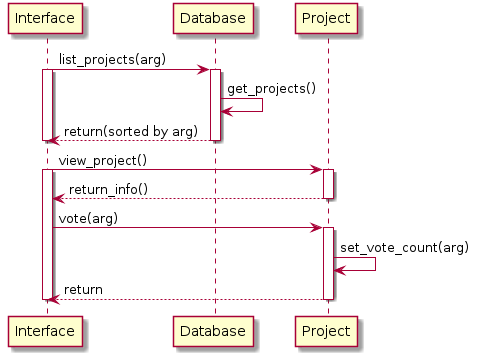
Above: Deliverables/Master Requirements Specification/diagrams/sequence-projectideas.png in uidaho/cs383 (PlantUML), before the change. Its diagram source:
```plantuml
@startuml

Interface -> Database: list_projects(arg)
Activate Interface
Activate Database
Database -> Database: get_projects()
Database --> Interface:return(sorted by arg)
Deactivate Database
Deactivate Interface
Interface -> Project: view_project()
Activate Project
Activate Interface
Project --> Interface: return_info()
Deactivate Project
Interface -> Project: vote(arg)
Activate Project
Project -> Project: set_vote_count(arg)
Project --> Interface: return
Deactivate Project
Deactivate Interface


@enduml
```
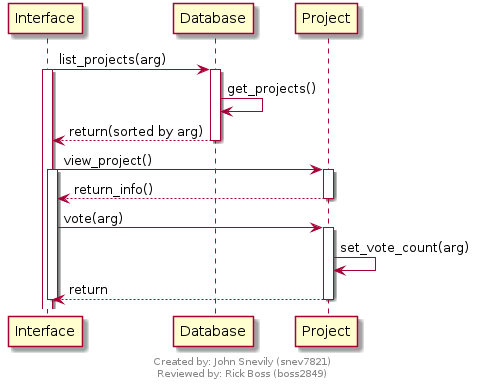
Later version of the same file.

The edit, as a diff of the source:
```diff
@@ -1,4 +1,9 @@
 @startuml
+
+footer
+Created by: John Snevily (snev7821)
+Reviewed by: Rick Boss (boss2849)
+endfooter
 
 Interface -> Database: list_projects(arg)
 Activate Interface
@@ -6,7 +11,6 @@
 Database -> Database: get_projects()
 Database --> Interface:return(sorted by arg)
 Deactivate Database
-Deactivate Interface
 Interface -> Project: view_project()
 Activate Project
 Activate Interface
```
